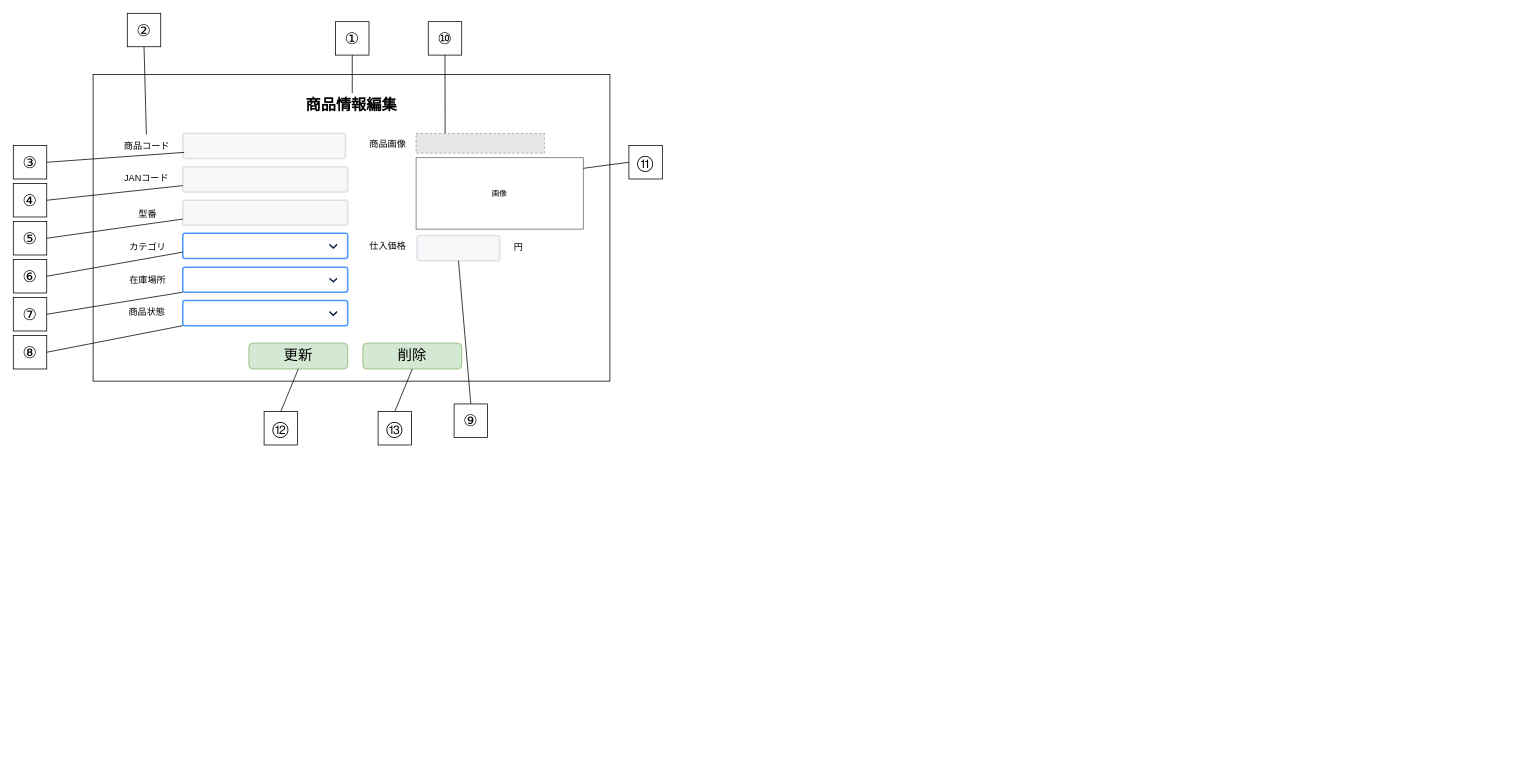
Earlier version of the draw.io diagram page "S03-04 商品情報編集" (4 of 4) of 各種設計書/6.画面設計書/S03_商品マスタ.drawio (HaruShim/Sotuken). Source tidied: cells renumbered, new cells numbered last; positions are measured from the earlier drawing's top-left corner, leaving out a move shared by most shapes. Both pictures are drawn from the tidied source at 76%, with x=0, y=0 at pixel (13, 13). Pictures stored in the file or linked from it are replaced by grey dashed boxes.
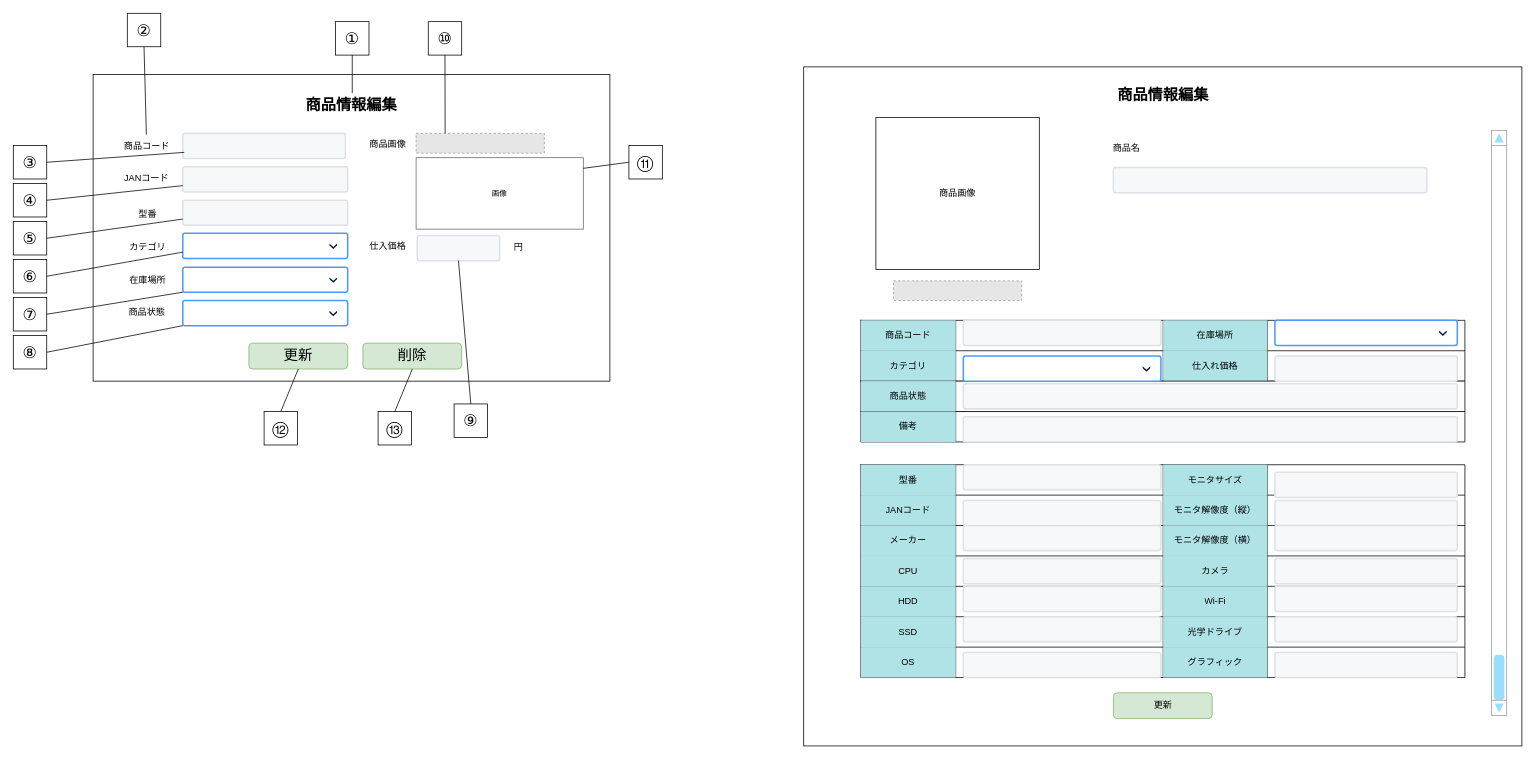
Above is the later version.

The edit, as a diff of the source:
```diff
@@
+    <mxCell id="55" style="rounded=0;whiteSpace=wrap;html=1;fillColor=default;strokeColor=default;fontColor=default;" parent="1" vertex="1">
+      <mxGeometry x="1040" y="70.5" width="945" height="893.5" as="geometry" />
+    </mxCell>
+    <mxCell id="56" value="商品情報編集" style="text;html=1;strokeColor=none;fillColor=none;align=center;verticalAlign=middle;whiteSpace=wrap;rounded=0;fontColor=default;fontStyle=1;fontSize=20;" parent="1" vertex="1">
+      <mxGeometry x="1413.8" y="91" width="197.5" height="29" as="geometry" />
+    </mxCell>
+    <mxCell id="57" value="商品画像" style="rounded=0;whiteSpace=wrap;html=1;fillColor=default;strokeColor=default;fontColor=default;" parent="1" vertex="1">
+      <mxGeometry x="1135" y="137" width="215" height="200" as="geometry" />
+    </mxCell>
+    <mxCell id="58" value="更新" style="rounded=1;whiteSpace=wrap;html=1;align=center;labelBackgroundColor=none;fillColor=#d5e8d4;strokeColor=#82b366;" parent="1" vertex="1">
+      <mxGeometry x="1447.5" y="894" width="130" height="34" as="geometry" />
+    </mxCell>
+    <mxCell id="59" style="shape=table;startSize=0;childLayout=tableLayout;" parent="1" vertex="1">
+      <mxGeometry x="1115" y="594" width="795" height="280" as="geometry" />
+    </mxCell>
+    <mxCell id="60" style="shape=partialRectangle;fillColor=none;top=0;left=0;bottom=0;right=0;" parent="59" vertex="1">
+      <mxGeometry width="795" height="40" as="geometry" />
+    </mxCell>
+    <mxCell id="61" value="型番" style="shape=partialRectangle;html=1;whiteSpace=wrap;overflow=hidden;fillColor=#b0e3e6;top=0;left=0;bottom=0;right=0;strokeColor=#0e8088;" parent="60" vertex="1">
+      <mxGeometry width="125" height="40" as="geometry" />
+    </mxCell>
+    <mxCell id="62" style="shape=partialRectangle;html=1;whiteSpace=wrap;overflow=hidden;fillColor=none;top=0;left=0;bottom=0;right=0;" parent="60" vertex="1">
+      <mxGeometry x="125" width="273" height="40" as="geometry" />
+    </mxCell>
+    <mxCell id="63" value="モニタサイズ" style="shape=partialRectangle;html=1;whiteSpace=wrap;overflow=hidden;fillColor=#b0e3e6;top=0;left=0;bottom=0;right=0;strokeColor=#0e8088;" parent="60" vertex="1">
+      <mxGeometry x="398" width="137" height="40" as="geometry" />
+    </mxCell>
+    <mxCell id="64" style="shape=partialRectangle;html=1;whiteSpace=wrap;overflow=hidden;fillColor=none;top=0;left=0;bottom=0;right=0;" parent="60" vertex="1">
+      <mxGeometry x="535" width="260" height="40" as="geometry" />
+    </mxCell>
+    <mxCell id="65" style="shape=partialRectangle;fillColor=none;top=0;left=0;bottom=0;right=0;" parent="59" vertex="1">
+      <mxGeometry y="40" width="795" height="40" as="geometry" />
+    </mxCell>
+    <mxCell id="66" value="JANコード" style="shape=partialRectangle;html=1;whiteSpace=wrap;overflow=hidden;fillColor=#b0e3e6;top=0;left=0;bottom=0;right=0;strokeColor=#0e8088;" parent="65" vertex="1">
+      <mxGeometry width="125" height="40" as="geometry" />
+    </mxCell>
+    <mxCell id="67" style="shape=partialRectangle;html=1;whiteSpace=wrap;overflow=hidden;fillColor=none;top=0;left=0;bottom=0;right=0;" parent="65" vertex="1">
+      <mxGeometry x="125" width="273" height="40" as="geometry" />
+    </mxCell>
+    <mxCell id="68" value="モニタ解像度（縦）" style="shape=partialRectangle;html=1;whiteSpace=wrap;overflow=hidden;fillColor=#b0e3e6;top=0;left=0;bottom=0;right=0;strokeColor=#0e8088;" parent="65" vertex="1">
+      <mxGeometry x="398" width="137" height="40" as="geometry" />
+    </mxCell>
+    <mxCell id="69" style="shape=partialRectangle;html=1;whiteSpace=wrap;overflow=hidden;fillColor=none;top=0;left=0;bottom=0;right=0;" parent="65" vertex="1">
+      <mxGeometry x="535" width="260" height="40" as="geometry" />
+    </mxCell>
+    <mxCell id="70" style="shape=partialRectangle;fillColor=none;top=0;left=0;bottom=0;right=0;" parent="59" vertex="1">
+      <mxGeometry y="80" width="795" height="40" as="geometry" />
+    </mxCell>
+    <mxCell id="71" value="メーカー" style="shape=partialRectangle;html=1;whiteSpace=wrap;overflow=hidden;fillColor=#b0e3e6;top=0;left=0;bottom=0;right=0;strokeColor=#0e8088;" parent="70" vertex="1">
+      <mxGeometry width="125" height="40" as="geometry" />
+    </mxCell>
+    <mxCell id="72" style="shape=partialRectangle;html=1;whiteSpace=wrap;overflow=hidden;fillColor=none;top=0;left=0;bottom=0;right=0;" parent="70" vertex="1">
+      <mxGeometry x="125" width="273" height="40" as="geometry" />
+    </mxCell>
+    <mxCell id="73" value="モニタ解像度（横）" style="shape=partialRectangle;html=1;whiteSpace=wrap;overflow=hidden;fillColor=#b0e3e6;top=0;left=0;bottom=0;right=0;strokeColor=#0e8088;" parent="70" vertex="1">
+      <mxGeometry x="398" width="137" height="40" as="geometry" />
+    </mxCell>
+    <mxCell id="74" style="shape=partialRectangle;html=1;whiteSpace=wrap;overflow=hidden;fillColor=none;top=0;left=0;bottom=0;right=0;" parent="70" vertex="1">
+      <mxGeometry x="535" width="260" height="40" as="geometry" />
+    </mxCell>
+    <mxCell id="75" style="shape=partialRectangle;fillColor=none;top=0;left=0;bottom=0;right=0;" parent="59" vertex="1">
+      <mxGeometry y="120" width="795" height="40" as="geometry" />
+    </mxCell>
+    <mxCell id="76" value="CPU" style="shape=partialRectangle;html=1;whiteSpace=wrap;overflow=hidden;fillColor=#b0e3e6;top=0;left=0;bottom=0;right=0;strokeColor=#0e8088;" parent="75" vertex="1">
+      <mxGeometry width="125" height="40" as="geometry" />
+    </mxCell>
+    <mxCell id="77" style="shape=partialRectangle;html=1;whiteSpace=wrap;overflow=hidden;fillColor=none;top=0;left=0;bottom=0;right=0;" parent="75" vertex="1">
+      <mxGeometry x="125" width="273" height="40" as="geometry" />
+    </mxCell>
+    <mxCell id="78" value="カメラ" style="shape=partialRectangle;html=1;whiteSpace=wrap;overflow=hidden;fillColor=#b0e3e6;top=0;left=0;bottom=0;right=0;strokeColor=#0e8088;" parent="75" vertex="1">
+      <mxGeometry x="398" width="137" height="40" as="geometry" />
+    </mxCell>
+    <mxCell id="79" style="shape=partialRectangle;html=1;whiteSpace=wrap;overflow=hidden;fillColor=none;top=0;left=0;bottom=0;right=0;" parent="75" vertex="1">
+      <mxGeometry x="535" width="260" height="40" as="geometry" />
+    </mxCell>
+    <mxCell id="80" style="shape=partialRectangle;fillColor=none;top=0;left=0;bottom=0;right=0;" parent="59" vertex="1">
+      <mxGeometry y="160" width="795" height="40" as="geometry" />
+    </mxCell>
+    <mxCell id="81" value="HDD" style="shape=partialRectangle;html=1;whiteSpace=wrap;overflow=hidden;fillColor=#b0e3e6;top=0;left=0;bottom=0;right=0;strokeColor=#0e8088;" parent="80" vertex="1">
+      <mxGeometry width="125" height="40" as="geometry" />
+    </mxCell>
+    <mxCell id="82" style="shape=partialRectangle;html=1;whiteSpace=wrap;overflow=hidden;fillColor=none;top=0;left=0;bottom=0;right=0;" parent="80" vertex="1">
+      <mxGeometry x="125" width="273" height="40" as="geometry" />
+    </mxCell>
+    <mxCell id="83" value="Wi-Fi" style="shape=partialRectangle;html=1;whiteSpace=wrap;overflow=hidden;fillColor=#b0e3e6;top=0;left=0;bottom=0;right=0;strokeColor=#0e8088;" parent="80" vertex="1">
+      <mxGeometry x="398" width="137" height="40" as="geometry" />
+    </mxCell>
+    <mxCell id="84" style="shape=partialRectangle;html=1;whiteSpace=wrap;overflow=hidden;fillColor=none;top=0;left=0;bottom=0;right=0;" parent="80" vertex="1">
+      <mxGeometry x="535" width="260" height="40" as="geometry" />
+    </mxCell>
+    <mxCell id="85" style="shape=partialRectangle;fillColor=none;top=0;left=0;bottom=0;right=0;" parent="59" vertex="1">
+      <mxGeometry y="200" width="795" height="40" as="geometry" />
+    </mxCell>
+    <mxCell id="86" value="SSD" style="shape=partialRectangle;html=1;whiteSpace=wrap;overflow=hidden;fillColor=#b0e3e6;top=0;left=0;bottom=0;right=0;strokeColor=#0e8088;" parent="85" vertex="1">
+      <mxGeometry width="125" height="40" as="geometry" />
+    </mxCell>
+    <mxCell id="87" style="shape=partialRectangle;html=1;whiteSpace=wrap;overflow=hidden;fillColor=none;top=0;left=0;bottom=0;right=0;" parent="85" vertex="1">
+      <mxGeometry x="125" width="273" height="40" as="geometry" />
+    </mxCell>
+    <mxCell id="88" value="光学ドライブ" style="shape=partialRectangle;html=1;whiteSpace=wrap;overflow=hidden;fillColor=#b0e3e6;top=0;left=0;bottom=0;right=0;strokeColor=#0e8088;" parent="85" vertex="1">
+      <mxGeometry x="398" width="137" height="40" as="geometry" />
+    </mxCell>
+    <mxCell id="89" style="shape=partialRectangle;html=1;whiteSpace=wrap;overflow=hidden;fillColor=none;top=0;left=0;bottom=0;right=0;" parent="85" vertex="1">
+      <mxGeometry x="535" width="260" height="40" as="geometry" />
+    </mxCell>
+    <mxCell id="90" style="shape=partialRectangle;fillColor=none;top=0;left=0;bottom=0;right=0;" parent="59" vertex="1">
+      <mxGeometry y="240" width="795" height="40" as="geometry" />
+    </mxCell>
+    <mxCell id="91" value="OS" style="shape=partialRectangle;html=1;whiteSpace=wrap;overflow=hidden;fillColor=#b0e3e6;top=0;left=0;bottom=0;right=0;strokeColor=#0e8088;" parent="90" vertex="1">
+      <mxGeometry width="125" height="40" as="geometry" />
+    </mxCell>
+    <mxCell id="92" style="shape=partialRectangle;html=1;whiteSpace=wrap;overflow=hidden;fillColor=none;top=0;left=0;bottom=0;right=0;" parent="90" vertex="1">
+      <mxGeometry x="125" width="273" height="40" as="geometry" />
+    </mxCell>
+    <mxCell id="93" value="グラフィック" style="shape=partialRectangle;html=1;whiteSpace=wrap;overflow=hidden;fillColor=#b0e3e6;top=0;left=0;bottom=0;right=0;strokeColor=#0e8088;" parent="90" vertex="1">
+      <mxGeometry x="398" width="137" height="40" as="geometry" />
+    </mxCell>
+    <mxCell id="94" style="shape=partialRectangle;html=1;whiteSpace=wrap;overflow=hidden;fillColor=none;top=0;left=0;bottom=0;right=0;" parent="90" vertex="1">
+      <mxGeometry x="535" width="260" height="40" as="geometry" />
+    </mxCell>
+    <mxCell id="95" style="shape=table;startSize=0;childLayout=tableLayout;strokeColor=default;" parent="1" vertex="1">
+      <mxGeometry x="1115" y="524" width="795" height="40" as="geometry" />
+    </mxCell>
+    <mxCell id="96" style="shape=partialRectangle;fillColor=none;top=0;left=0;bottom=0;right=0;strokeColor=default;" parent="95" vertex="1">
+      <mxGeometry width="795" height="40" as="geometry" />
+    </mxCell>
+    <mxCell id="97" value="備考" style="shape=partialRectangle;html=1;whiteSpace=wrap;overflow=hidden;fillColor=#b0e3e6;top=0;left=0;bottom=0;right=0;strokeColor=#0e8088;" parent="96" vertex="1">
+      <mxGeometry width="125" height="40" as="geometry" />
+    </mxCell>
+    <mxCell id="98" style="shape=partialRectangle;html=1;whiteSpace=wrap;overflow=hidden;fillColor=none;top=0;left=0;bottom=0;right=0;strokeColor=default;" parent="96" vertex="1">
+      <mxGeometry x="125" width="670" height="40" as="geometry" />
+    </mxCell>
+    <mxCell id="99" style="shape=table;startSize=0;childLayout=tableLayout;strokeColor=default;" parent="1" vertex="1">
+      <mxGeometry x="1115" y="404" width="795" height="80" as="geometry" />
+    </mxCell>
+    <mxCell id="100" style="shape=partialRectangle;fillColor=none;top=0;left=0;bottom=0;right=0;strokeColor=default;" parent="99" vertex="1">
+      <mxGeometry width="795" height="40" as="geometry" />
+    </mxCell>
+    <mxCell id="101" value="商品コード" style="shape=partialRectangle;html=1;whiteSpace=wrap;overflow=hidden;fillColor=#b0e3e6;top=0;left=0;bottom=0;right=0;strokeColor=#0e8088;" parent="100" vertex="1">
+      <mxGeometry width="125" height="40" as="geometry" />
+    </mxCell>
+    <mxCell id="102" style="shape=partialRectangle;html=1;whiteSpace=wrap;overflow=hidden;fillColor=none;top=0;left=0;bottom=0;right=0;strokeColor=default;" parent="100" vertex="1">
+      <mxGeometry x="125" width="273" height="40" as="geometry" />
+    </mxCell>
+    <mxCell id="103" value="在庫場所" style="shape=partialRectangle;html=1;whiteSpace=wrap;overflow=hidden;fillColor=#b0e3e6;top=0;left=0;bottom=0;right=0;strokeColor=#0e8088;" parent="100" vertex="1">
+      <mxGeometry x="398" width="137" height="40" as="geometry" />
+    </mxCell>
+    <mxCell id="104" style="shape=partialRectangle;html=1;whiteSpace=wrap;overflow=hidden;fillColor=none;top=0;left=0;bottom=0;right=0;strokeColor=default;" parent="100" vertex="1">
+      <mxGeometry x="535" width="260" height="40" as="geometry" />
+    </mxCell>
+    <mxCell id="105" style="shape=partialRectangle;fillColor=none;top=0;left=0;bottom=0;right=0;strokeColor=default;" parent="99" vertex="1">
+      <mxGeometry y="40" width="795" height="40" as="geometry" />
+    </mxCell>
+    <mxCell id="106" value="カテゴリ" style="shape=partialRectangle;html=1;whiteSpace=wrap;overflow=hidden;fillColor=#b0e3e6;top=0;left=0;bottom=0;right=0;strokeColor=#0e8088;" parent="105" vertex="1">
+      <mxGeometry width="125" height="40" as="geometry" />
+    </mxCell>
+    <mxCell id="107" style="shape=partialRectangle;html=1;whiteSpace=wrap;overflow=hidden;fillColor=none;top=0;left=0;bottom=0;right=0;strokeColor=default;" parent="105" vertex="1">
+      <mxGeometry x="125" width="273" height="40" as="geometry" />
+    </mxCell>
+    <mxCell id="108" value="仕入れ価格" style="shape=partialRectangle;html=1;whiteSpace=wrap;overflow=hidden;fillColor=#b0e3e6;top=0;left=0;bottom=0;right=0;strokeColor=#0e8088;" parent="105" vertex="1">
+      <mxGeometry x="398" width="137" height="40" as="geometry" />
+    </mxCell>
+    <mxCell id="109" style="shape=partialRectangle;html=1;whiteSpace=wrap;overflow=hidden;fillColor=none;top=0;left=0;bottom=0;right=0;strokeColor=default;" parent="105" vertex="1">
+      <mxGeometry x="535" width="260" height="40" as="geometry" />
+    </mxCell>
+    <mxCell id="110" style="shape=table;startSize=0;childLayout=tableLayout;strokeColor=default;" parent="1" vertex="1">
+      <mxGeometry x="1115" y="484" width="795" height="40" as="geometry" />
+    </mxCell>
+    <mxCell id="111" style="shape=partialRectangle;fillColor=none;top=0;left=0;bottom=0;right=0;strokeColor=default;" parent="110" vertex="1">
+      <mxGeometry width="795" height="40" as="geometry" />
+    </mxCell>
+    <mxCell id="112" value="商品状態" style="shape=partialRectangle;html=1;whiteSpace=wrap;overflow=hidden;fillColor=#b0e3e6;top=0;left=0;bottom=0;right=0;strokeColor=#0e8088;" parent="111" vertex="1">
+      <mxGeometry width="125" height="40" as="geometry" />
+    </mxCell>
+    <mxCell id="113" style="shape=partialRectangle;html=1;whiteSpace=wrap;overflow=hidden;fillColor=none;top=0;left=0;bottom=0;right=0;strokeColor=default;" parent="111" vertex="1">
+      <mxGeometry x="125" width="670" height="40" as="geometry" />
+    </mxCell>
+    <mxCell id="114" style="verticalLabelPosition=bottom;shadow=0;dashed=0;align=center;html=1;verticalAlign=top;strokeWidth=1;shape=mxgraph.mockup.navigation.scrollBar;strokeColor=#999999;barPos=0;fillColor2=#99ddff;strokeColor2=none;direction=north;" parent="1" vertex="1">
+      <mxGeometry x="1945" y="154" width="20" height="770" as="geometry" />
+    </mxCell>
+    <mxCell id="115" style="fillColor=#E6E6E6;strokeColor=#999999;dashed=1;verticalLabelPosition=bottom;labelBackgroundColor=#ffffff;verticalAlign=top;" parent="1" vertex="1">
+      <mxGeometry x="1158.1" y="352" width="168.8" height="26" as="geometry" />
+    </mxCell>
+    <mxCell id="116" value="商品名" style="text;html=1;strokeColor=none;fillColor=none;align=center;verticalAlign=middle;whiteSpace=wrap;rounded=0;fontColor=default;fontStyle=0;fontSize=12;" parent="1" vertex="1">
+      <mxGeometry x="1410" y="163" width="110" height="29" as="geometry" />
+    </mxCell>
+    <mxCell id="117" style="rounded=1;arcSize=9;fillColor=#F7F8F9;align=left;spacingLeft=5;strokeColor=#DEE1E6;html=1;strokeWidth=2;fontSize=12;" parent="1" vertex="1">
+      <mxGeometry x="1447.5" y="203" width="412.5" height="33" as="geometry" />
+    </mxCell>
+    <mxCell id="118" style="rounded=1;arcSize=9;fillColor=#F7F8F9;align=left;spacingLeft=5;strokeColor=#DEE1E6;html=1;strokeWidth=2;fontSize=12;" parent="1" vertex="1">
+      <mxGeometry x="1250" y="404" width="260" height="33" as="geometry" />
+    </mxCell>
+    <mxCell id="119" style="rounded=1;arcSize=9;fillColor=#F7F8F9;align=left;spacingLeft=5;strokeColor=#DEE1E6;html=1;strokeWidth=2;fontSize=12;" parent="1" vertex="1">
+      <mxGeometry x="1660" y="451" width="240" height="33" as="geometry" />
+    </mxCell>
+    <mxCell id="120" style="rounded=1;arcSize=9;fillColor=#F7F8F9;align=left;spacingLeft=5;strokeColor=#DEE1E6;html=1;strokeWidth=2;fontSize=12;" parent="1" vertex="1">
+      <mxGeometry x="1250" y="487.5" width="650" height="33" as="geometry" />
+    </mxCell>
+    <mxCell id="121" style="rounded=1;arcSize=9;fillColor=#F7F8F9;align=left;spacingLeft=5;strokeColor=#DEE1E6;html=1;strokeWidth=2;fontSize=12;" parent="1" vertex="1">
+      <mxGeometry x="1250" y="531" width="650" height="33" as="geometry" />
+    </mxCell>
+    <mxCell id="122" style="rounded=1;arcSize=9;fillColor=#F7F8F9;align=left;spacingLeft=5;strokeColor=#DEE1E6;html=1;strokeWidth=2;fontSize=12;" parent="1" vertex="1">
+      <mxGeometry x="1250" y="594" width="260" height="33" as="geometry" />
+    </mxCell>
+    <mxCell id="123" style="rounded=1;arcSize=9;fillColor=#F7F8F9;align=left;spacingLeft=5;strokeColor=#DEE1E6;html=1;strokeWidth=2;fontSize=12;" parent="1" vertex="1">
+      <mxGeometry x="1250" y="674" width="260" height="33" as="geometry" />
+    </mxCell>
+    <mxCell id="124" style="rounded=1;arcSize=9;fillColor=#F7F8F9;align=left;spacingLeft=5;strokeColor=#DEE1E6;html=1;strokeWidth=2;fontSize=12;" parent="1" vertex="1">
+      <mxGeometry x="1250" y="717.5" width="260" height="33" as="geometry" />
+    </mxCell>
+    <mxCell id="125" style="rounded=1;arcSize=9;fillColor=#F7F8F9;align=left;spacingLeft=5;strokeColor=#DEE1E6;html=1;strokeWidth=2;fontSize=12;" parent="1" vertex="1">
+      <mxGeometry x="1250" y="754" width="260" height="33" as="geometry" />
+    </mxCell>
+    <mxCell id="126" style="rounded=1;arcSize=9;fillColor=#F7F8F9;align=left;spacingLeft=5;strokeColor=#DEE1E6;html=1;strokeWidth=2;fontSize=12;" parent="1" vertex="1">
+      <mxGeometry x="1250" y="794" width="260" height="33" as="geometry" />
+    </mxCell>
+    <mxCell id="127" style="rounded=1;arcSize=9;fillColor=#F7F8F9;align=left;spacingLeft=5;strokeColor=#DEE1E6;html=1;strokeWidth=2;fontSize=12;" parent="1" vertex="1">
+      <mxGeometry x="1250" y="841" width="260" height="33" as="geometry" />
+    </mxCell>
+    <mxCell id="128" style="rounded=1;arcSize=9;fillColor=#F7F8F9;align=left;spacingLeft=5;strokeColor=#DEE1E6;html=1;strokeWidth=2;fontSize=12;" parent="1" vertex="1">
+      <mxGeometry x="1250" y="641" width="260" height="33" as="geometry" />
+    </mxCell>
+    <mxCell id="129" style="rounded=1;arcSize=9;fillColor=#F7F8F9;align=left;spacingLeft=5;strokeColor=#DEE1E6;html=1;strokeWidth=2;fontSize=12;" parent="1" vertex="1">
+      <mxGeometry x="1660" y="604" width="240" height="33" as="geometry" />
+    </mxCell>
+    <mxCell id="130" style="rounded=1;arcSize=9;fillColor=#F7F8F9;align=left;spacingLeft=5;strokeColor=#DEE1E6;html=1;strokeWidth=2;fontSize=12;" parent="1" vertex="1">
+      <mxGeometry x="1660" y="641" width="240" height="33" as="geometry" />
+    </mxCell>
+    <mxCell id="131" style="rounded=1;arcSize=9;fillColor=#F7F8F9;align=left;spacingLeft=5;strokeColor=#DEE1E6;html=1;strokeWidth=2;fontSize=12;" parent="1" vertex="1">
+      <mxGeometry x="1660" y="674" width="240" height="33" as="geometry" />
+    </mxCell>
+    <mxCell id="132" style="rounded=1;arcSize=9;fillColor=#F7F8F9;align=left;spacingLeft=5;strokeColor=#DEE1E6;html=1;strokeWidth=2;fontSize=12;" parent="1" vertex="1">
+      <mxGeometry x="1660" y="717.5" width="240" height="33" as="geometry" />
+    </mxCell>
+    <mxCell id="133" style="rounded=1;arcSize=9;fillColor=#F7F8F9;align=left;spacingLeft=5;strokeColor=#DEE1E6;html=1;strokeWidth=2;fontSize=12;" parent="1" vertex="1">
+      <mxGeometry x="1660" y="754" width="240" height="33" as="geometry" />
+    </mxCell>
+    <mxCell id="134" style="rounded=1;arcSize=9;fillColor=#F7F8F9;align=left;spacingLeft=5;strokeColor=#DEE1E6;html=1;strokeWidth=2;fontSize=12;" parent="1" vertex="1">
+      <mxGeometry x="1660" y="794" width="240" height="33" as="geometry" />
+    </mxCell>
+    <mxCell id="135" style="rounded=1;arcSize=9;fillColor=#F7F8F9;align=left;spacingLeft=5;strokeColor=#DEE1E6;html=1;strokeWidth=2;fontSize=12;" parent="1" vertex="1">
+      <mxGeometry x="1660" y="841" width="240" height="33" as="geometry" />
+    </mxCell>
+    <mxCell id="136" style="rounded=1;arcSize=9;fillColor=#ffffff;strokeColor=#4C9AFF;html=1;strokeWidth=2;spacingLeft=30;fontColor=#000000;align=left;" parent="1" vertex="1">
+      <mxGeometry x="1250" y="451" width="260" height="33" as="geometry" />
+    </mxCell>
+    <mxCell id="137" style="shape=step;whiteSpace=wrap;html=1;rounded=0;strokeColor=none;strokeWidth=2;fillColor=#0A1E43;gradientColor=none;fontFamily=Verdana;fontSize=14;fontColor=#000000;align=left;direction=south;size=0.65;" parent="136" vertex="1">
+      <mxGeometry x="1" y="0.5" width="10" height="7" relative="1" as="geometry">
+        <mxPoint x="-24" y="-3" as="offset" />
+      </mxGeometry>
+    </mxCell>
+    <mxCell id="138" style="rounded=1;arcSize=9;fillColor=#ffffff;strokeColor=#4C9AFF;html=1;strokeWidth=2;spacingLeft=30;fontColor=#000000;align=left;" parent="1" vertex="1">
+      <mxGeometry x="1660" y="404" width="240" height="33" as="geometry" />
+    </mxCell>
+    <mxCell id="139" style="shape=step;whiteSpace=wrap;html=1;rounded=0;strokeColor=none;strokeWidth=2;fillColor=#0A1E43;gradientColor=none;fontFamily=Verdana;fontSize=14;fontColor=#000000;align=left;direction=south;size=0.65;" parent="138" vertex="1">
+      <mxGeometry x="1" y="0.5" width="10" height="7" relative="1" as="geometry">
+        <mxPoint x="-24" y="-3" as="offset" />
+      </mxGeometry>
+    </mxCell>
```
